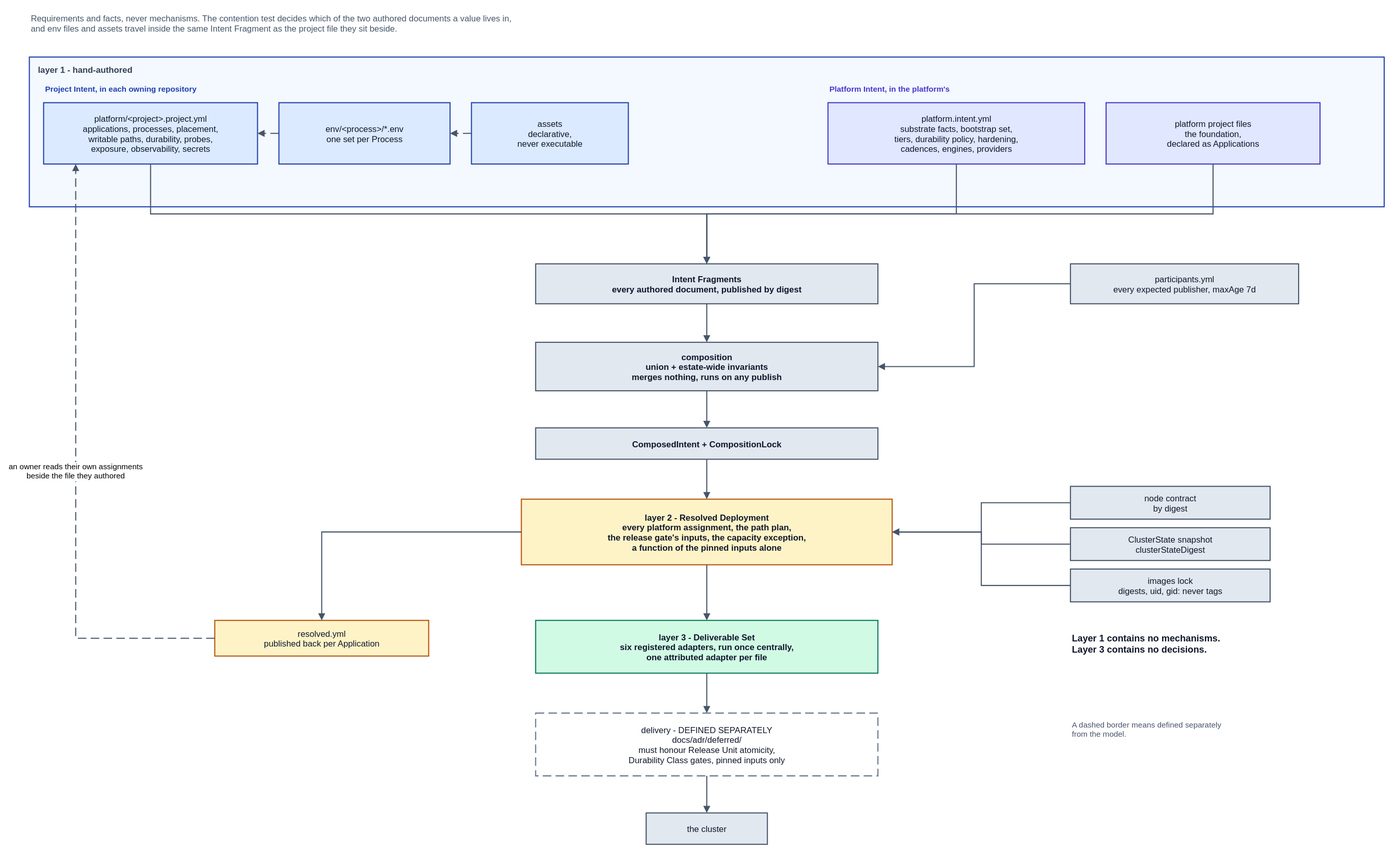
The draw.io diagram spec/v1/diagrams/00-overview-three-model-pipeline.drawio.svg in JorisJonkers-dev/deploy-kit, before a commit. Source tidied: cells renumbered, new cells last; positions are measured from the earlier drawing's top-left corner, leaving out a move shared by most shapes.
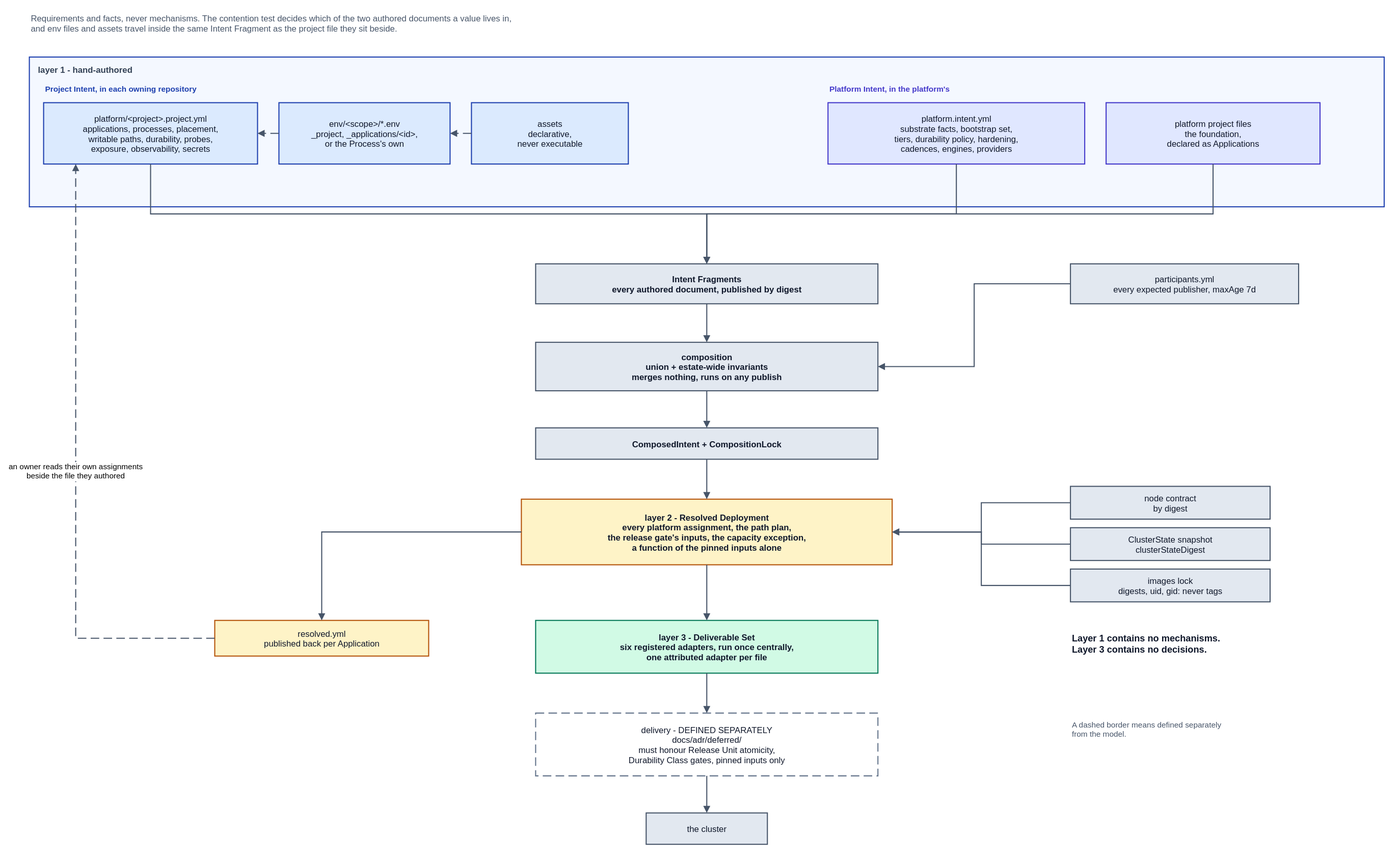
Later version of the same file.

The edit, as a diff of the source:
```diff
@@ -17,7 +17,7 @@
     <mxCell id="6" value="platform/&lt;project&gt;.project.yml&#10;applications, processes, placement,&#10;writable paths, durability, probes,&#10;exposure, observability, secrets" style="rounded=0;whiteSpace=nowrap;html=0;align=center;verticalAlign=middle;fillColor=#dbeafe;strokeColor=#1e40af;strokeWidth=1.5;fontFamily=Helvetica;fontSize=12;fontColor=#0f172a;" parent="1" vertex="1">
       <mxGeometry x="20" y="134" width="300" height="86" as="geometry" />
     </mxCell>
-    <mxCell id="7" value="env/&lt;process&gt;/*.env&#10;one set per Process" style="rounded=0;whiteSpace=nowrap;html=0;align=center;verticalAlign=middle;fillColor=#dbeafe;strokeColor=#1e40af;strokeWidth=1.5;fontFamily=Helvetica;fontSize=12;fontColor=#0f172a;" parent="1" vertex="1">
+    <mxCell id="7" value="env/&lt;scope&gt;/*.env&#10;_project, _applications/&lt;id&gt;,&#10;or the Process's own" style="rounded=0;whiteSpace=nowrap;html=0;align=center;verticalAlign=middle;fillColor=#dbeafe;strokeColor=#1e40af;strokeWidth=1.5;fontFamily=Helvetica;fontSize=12;fontColor=#0f172a;" parent="1" vertex="1">
       <mxGeometry x="350" y="134" width="240" height="86" as="geometry" />
     </mxCell>
     <mxCell id="8" value="assets&#10;declarative,&#10;never executable" style="rounded=0;whiteSpace=nowrap;html=0;align=center;verticalAlign=middle;fillColor=#dbeafe;strokeColor=#1e40af;strokeWidth=1.5;fontFamily=Helvetica;fontSize=12;fontColor=#0f172a;" parent="1" vertex="1">
```
